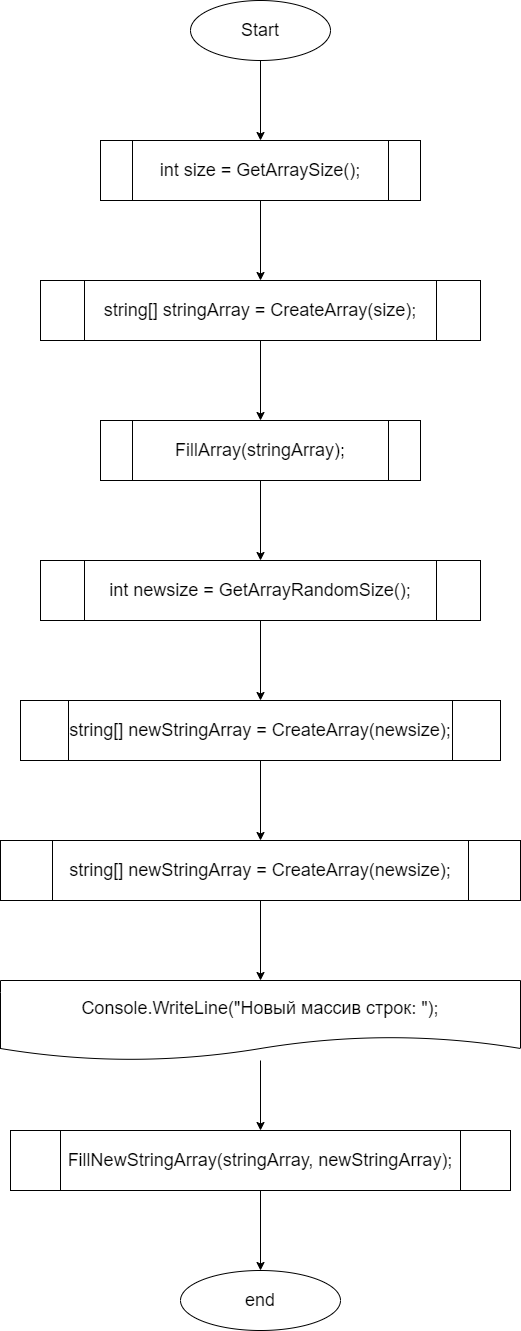
Above: Ex01/block.drawio.png in ShrimpyKate/BlockResults (draw.io), before the change. Source tidied: cells renumbered, new cells last; positions are measured from the earlier drawing's top-left corner, leaving out a move shared by most shapes.
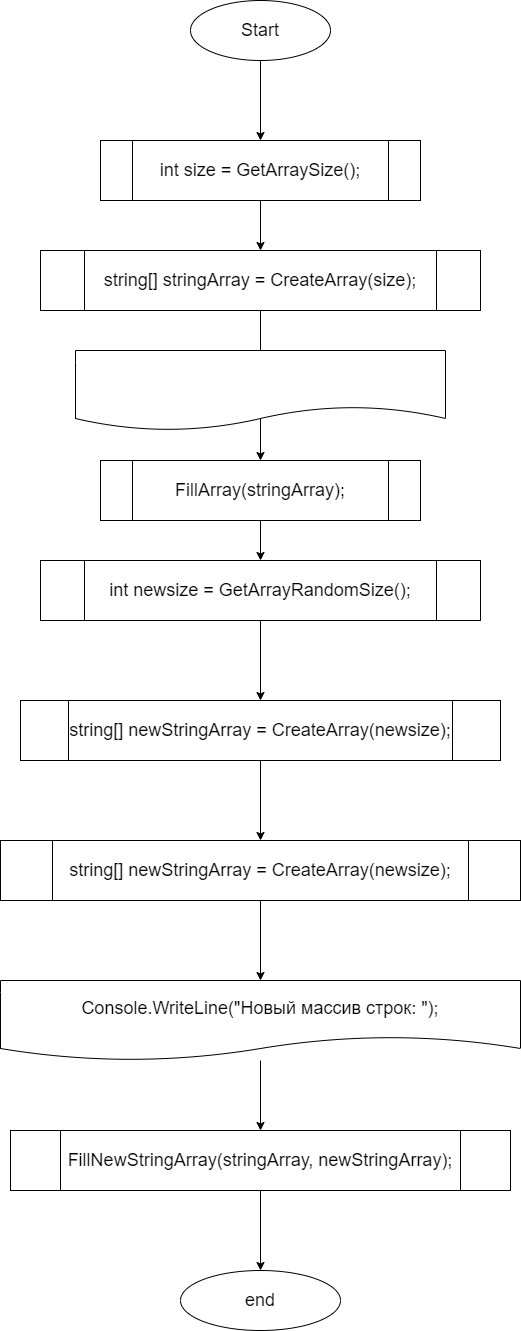
Above is the later version.

Commit message:
edit block and code

What changed in the source:
```diff
@@ -18,13 +18,13 @@
       <mxGeometry relative="1" as="geometry" />
     </mxCell>
     <mxCell id="7" value="&lt;font style=&quot;font-size: 18px;&quot;&gt;string[] stringArray = CreateArray(size);&lt;/font&gt;" style="shape=process;whiteSpace=wrap;html=1;backgroundOutline=1;" parent="1" vertex="1">
-      <mxGeometry x="40" y="280" width="440" height="60" as="geometry" />
+      <mxGeometry x="40" y="250" width="440" height="60" as="geometry" />
     </mxCell>
     <mxCell id="8" style="edgeStyle=none;html=1;fontSize=18;" parent="1" edge="1" source="9" target="11">
       <mxGeometry relative="1" as="geometry" />
     </mxCell>
     <mxCell id="9" value="&lt;font style=&quot;font-size: 18px;&quot;&gt;FillArray(stringArray);&lt;/font&gt;" style="shape=process;whiteSpace=wrap;html=1;backgroundOutline=1;" parent="1" vertex="1">
-      <mxGeometry x="100" y="420" width="320" height="60" as="geometry" />
+      <mxGeometry x="100" y="460" width="320" height="60" as="geometry" />
     </mxCell>
     <mxCell id="10" style="edgeStyle=none;html=1;fontSize=18;" parent="1" edge="1" source="11" target="13">
       <mxGeometry relative="1" as="geometry" />
@@ -59,5 +59,8 @@
     <mxCell id="20" value="&lt;font style=&quot;font-size: 18px;&quot;&gt;end&lt;/font&gt;" style="ellipse;whiteSpace=wrap;html=1;" parent="1" vertex="1">
       <mxGeometry x="180" y="1270" width="160" height="60" as="geometry" />
     </mxCell>
+    <mxCell id="21" style="shape=document;whiteSpace=wrap;html=1;boundedLbl=1;" parent="1" vertex="1">
+      <mxGeometry x="75" y="350" width="370" height="80" as="geometry" />
+    </mxCell>
   </root>
 </mxGraphModel>
```
